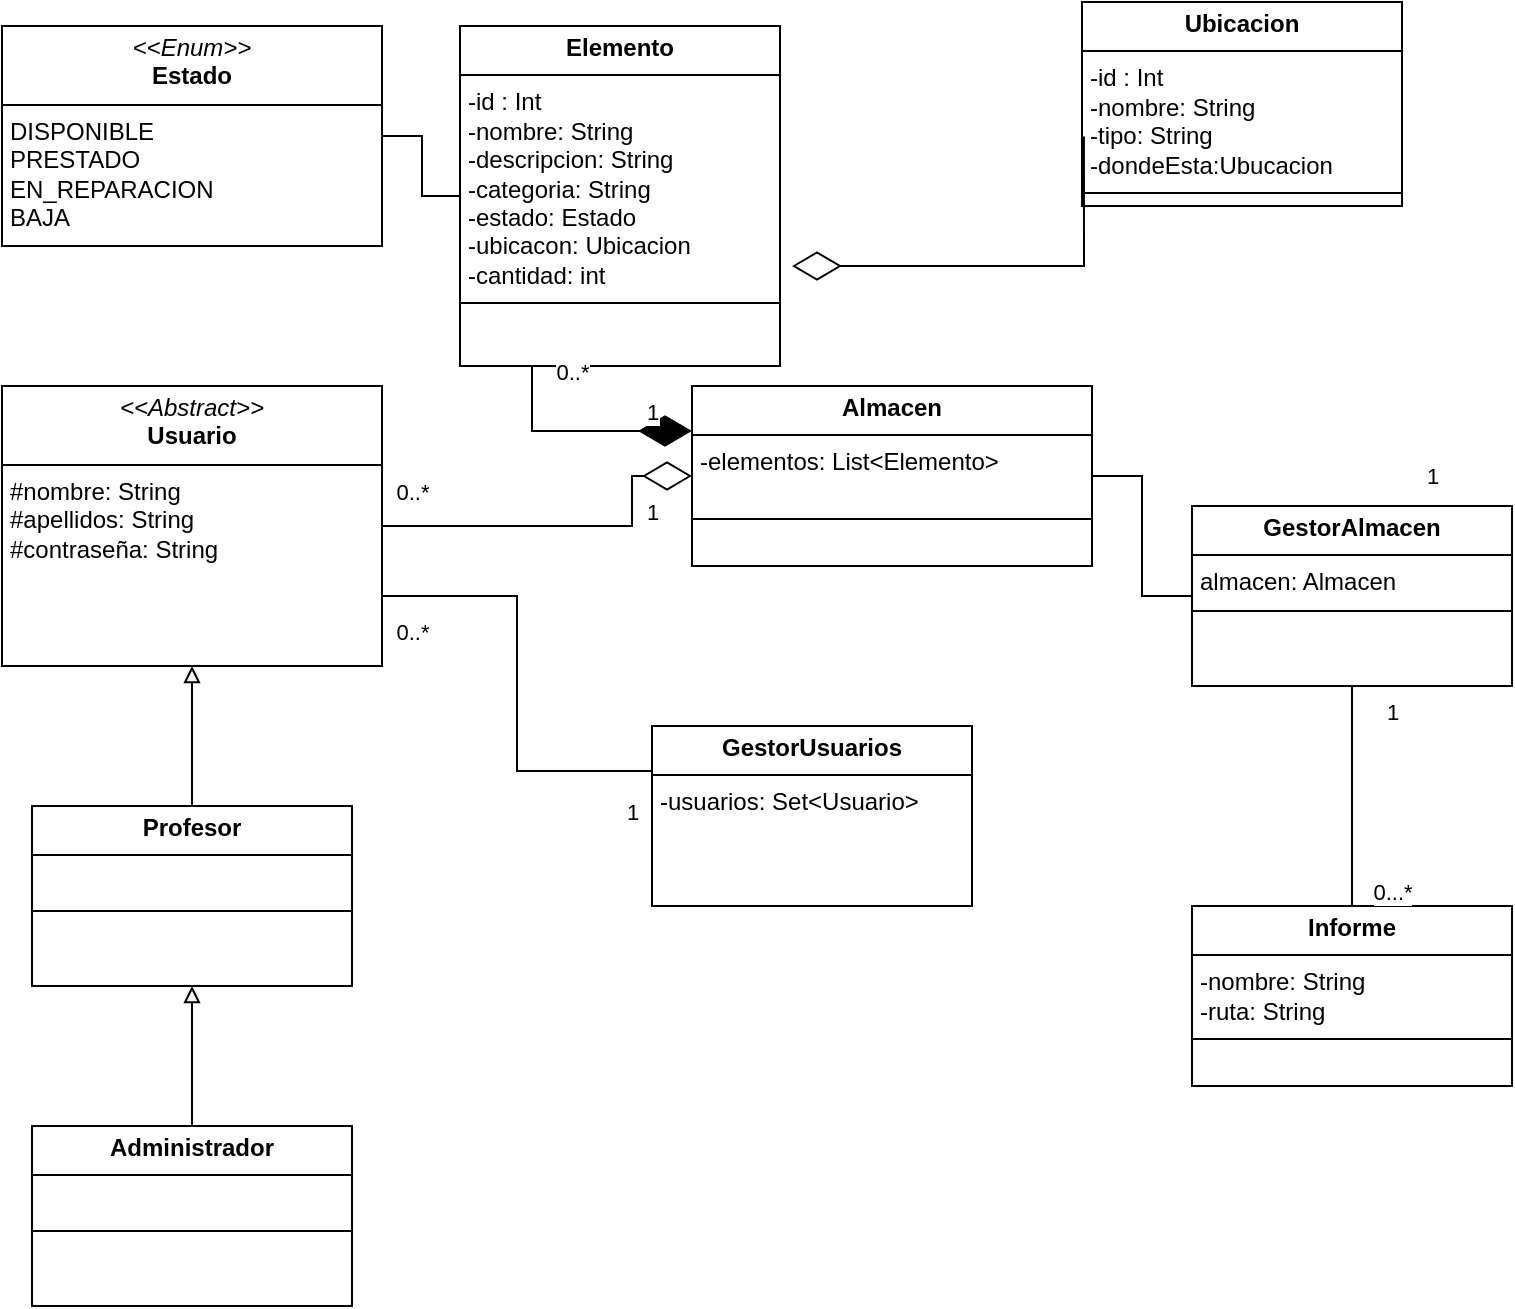
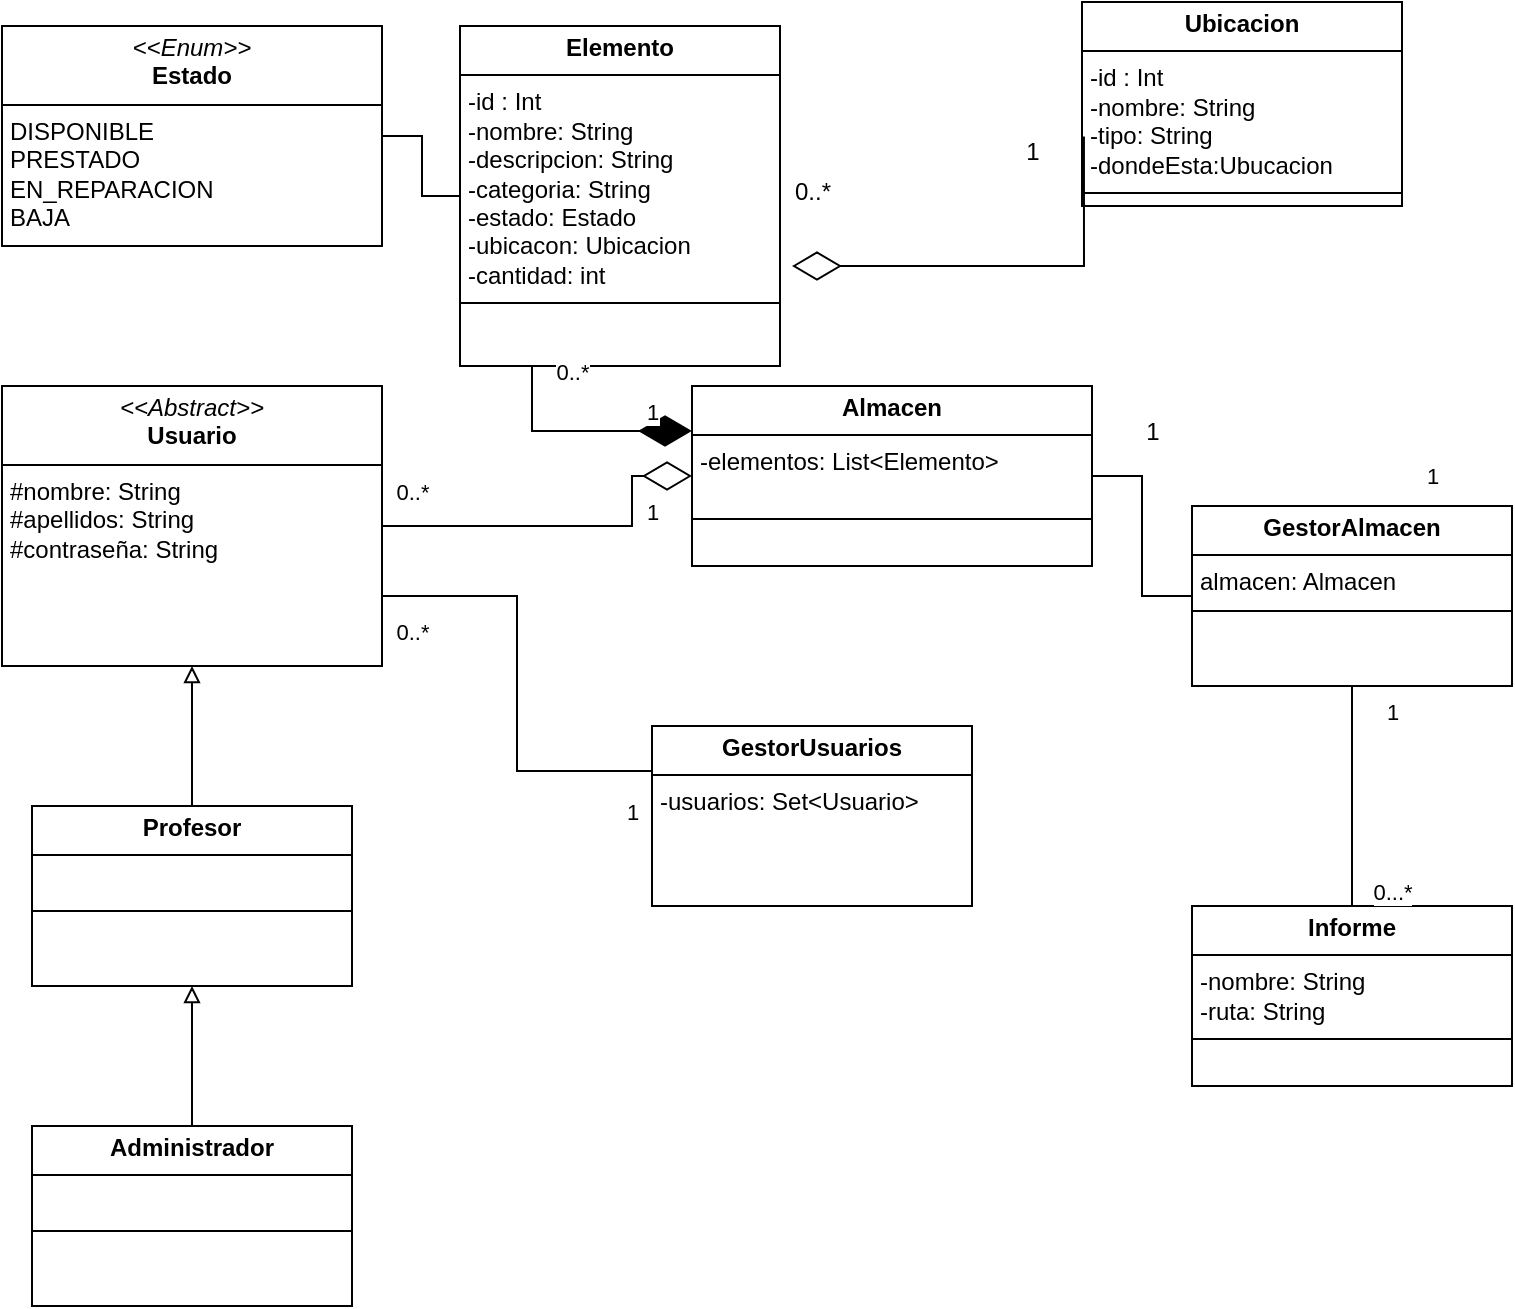
<mxfile host="Electron" agent="Mozilla/5.0 (Windows NT 10.0; Win64; x64) AppleWebKit/537.36 (KHTML, like Gecko) draw.io/27.0.9 Chrome/134.0.6998.205 Electron/35.4.0 Safari/537.36" version="27.0.9">
  <diagram name="Página-1" id="TcyikMFCeleIYH7PnGYs">
-     <mxGraphModel dx="1426" dy="841" grid="1" gridSize="10" guides="1" tooltips="1" connect="1" arrows="1" fold="1" page="1" pageScale="1" pageWidth="827" pageHeight="1169" math="0" shadow="0">
+     <mxGraphModel dx="922" dy="866" grid="1" gridSize="10" guides="1" tooltips="1" connect="1" arrows="1" fold="1" page="1" pageScale="1" pageWidth="827" pageHeight="1169" math="0" shadow="0">
      <root>
        <mxCell id="0" />
        <mxCell id="1" parent="0" />
        <mxCell id="zlNG7Gkw8yNjDqdYWN0c-17" style="edgeStyle=orthogonalEdgeStyle;shape=connector;rounded=0;orthogonalLoop=1;jettySize=auto;html=1;exitX=1;exitY=0.5;exitDx=0;exitDy=0;entryX=0;entryY=0.5;entryDx=0;entryDy=0;strokeColor=default;align=center;verticalAlign=middle;fontFamily=Helvetica;fontSize=11;fontColor=default;labelBackgroundColor=default;endArrow=none;endFill=0;" parent="1" source="zlNG7Gkw8yNjDqdYWN0c-1" target="zlNG7Gkw8yNjDqdYWN0c-8" edge="1">
          <mxGeometry relative="1" as="geometry" />
        </mxCell>
        <mxCell id="zlNG7Gkw8yNjDqdYWN0c-1" value="&lt;p style=&quot;margin:0px;margin-top:4px;text-align:center;&quot;&gt;&lt;b&gt;Almacen&lt;/b&gt;&lt;/p&gt;&lt;hr size=&quot;1&quot; style=&quot;border-style:solid;&quot;&gt;&lt;p style=&quot;margin:0px;margin-left:4px;&quot;&gt;-elementos: List&amp;lt;Elemento&amp;gt;&lt;/p&gt;&lt;p style=&quot;margin:0px;margin-left:4px;&quot;&gt;&lt;br&gt;&lt;/p&gt;&lt;hr size=&quot;1&quot; style=&quot;border-style:solid;&quot;&gt;&lt;p style=&quot;margin:0px;margin-left:4px;&quot;&gt;&lt;br&gt;&lt;/p&gt;" style="verticalAlign=top;align=left;overflow=fill;html=1;whiteSpace=wrap;" parent="1" vertex="1">
          <mxGeometry x="370" y="210" width="200" height="90" as="geometry" />
        </mxCell>
        <mxCell id="zlNG7Gkw8yNjDqdYWN0c-19" style="edgeStyle=orthogonalEdgeStyle;shape=connector;rounded=0;orthogonalLoop=1;jettySize=auto;html=1;exitX=1;exitY=0.75;exitDx=0;exitDy=0;entryX=0;entryY=0.25;entryDx=0;entryDy=0;strokeColor=default;align=center;verticalAlign=middle;fontFamily=Helvetica;fontSize=11;fontColor=default;labelBackgroundColor=default;endArrow=none;endFill=0;" parent="1" source="zlNG7Gkw8yNjDqdYWN0c-2" target="zlNG7Gkw8yNjDqdYWN0c-11" edge="1">
          <mxGeometry relative="1" as="geometry" />
        </mxCell>
        <mxCell id="zlNG7Gkw8yNjDqdYWN0c-21" style="edgeStyle=orthogonalEdgeStyle;shape=connector;rounded=0;orthogonalLoop=1;jettySize=auto;html=1;exitX=1;exitY=0.5;exitDx=0;exitDy=0;entryX=0;entryY=0.5;entryDx=0;entryDy=0;strokeColor=default;align=center;verticalAlign=middle;fontFamily=Helvetica;fontSize=11;fontColor=default;labelBackgroundColor=default;endArrow=diamondThin;endFill=0;endSize=22;" parent="1" source="zlNG7Gkw8yNjDqdYWN0c-2" target="zlNG7Gkw8yNjDqdYWN0c-1" edge="1">
          <mxGeometry relative="1" as="geometry">
            <Array as="points">
              <mxPoint x="340" y="280" />
              <mxPoint x="340" y="255" />
            </Array>
          </mxGeometry>
        </mxCell>
        <mxCell id="zlNG7Gkw8yNjDqdYWN0c-2" value="&lt;p style=&quot;margin:0px;margin-top:4px;text-align:center;&quot;&gt;&lt;i&gt;&amp;lt;&amp;lt;Abstract&amp;gt;&amp;gt;&lt;/i&gt;&lt;br&gt;&lt;b&gt;Usuario&lt;/b&gt;&lt;/p&gt;&lt;hr size=&quot;1&quot; style=&quot;border-style:solid;&quot;&gt;&lt;p style=&quot;margin:0px;margin-left:4px;&quot;&gt;#nombre: String&lt;/p&gt;&lt;p style=&quot;margin:0px;margin-left:4px;&quot;&gt;#apellidos: String&lt;/p&gt;&lt;p style=&quot;margin:0px;margin-left:4px;&quot;&gt;&lt;/p&gt;&lt;p style=&quot;margin:0px;margin-left:4px;&quot;&gt;#contraseña: String&lt;/p&gt;" style="verticalAlign=top;align=left;overflow=fill;html=1;whiteSpace=wrap;" parent="1" vertex="1">
          <mxGeometry x="25" y="210" width="190" height="140" as="geometry" />
        </mxCell>
        <mxCell id="zlNG7Gkw8yNjDqdYWN0c-6" style="edgeStyle=orthogonalEdgeStyle;shape=connector;rounded=0;orthogonalLoop=1;jettySize=auto;html=1;entryX=0.5;entryY=1;entryDx=0;entryDy=0;strokeColor=default;align=center;verticalAlign=middle;fontFamily=Helvetica;fontSize=11;fontColor=default;labelBackgroundColor=default;endArrow=block;endFill=0;" parent="1" source="zlNG7Gkw8yNjDqdYWN0c-3" target="zlNG7Gkw8yNjDqdYWN0c-2" edge="1">
          <mxGeometry relative="1" as="geometry" />
        </mxCell>
        <mxCell id="zlNG7Gkw8yNjDqdYWN0c-3" value="&lt;p style=&quot;margin:0px;margin-top:4px;text-align:center;&quot;&gt;&lt;b&gt;Profesor&lt;/b&gt;&lt;/p&gt;&lt;hr size=&quot;1&quot; style=&quot;border-style:solid;&quot;&gt;&lt;p style=&quot;margin:0px;margin-left:4px;&quot;&gt;&lt;br&gt;&lt;/p&gt;&lt;hr size=&quot;1&quot; style=&quot;border-style:solid;&quot;&gt;&lt;p style=&quot;margin:0px;margin-left:4px;&quot;&gt;&lt;br&gt;&lt;/p&gt;" style="verticalAlign=top;align=left;overflow=fill;html=1;whiteSpace=wrap;" parent="1" vertex="1">
          <mxGeometry x="40" y="420" width="160" height="90" as="geometry" />
        </mxCell>
        <mxCell id="zlNG7Gkw8yNjDqdYWN0c-5" style="edgeStyle=orthogonalEdgeStyle;rounded=0;orthogonalLoop=1;jettySize=auto;html=1;entryX=0.5;entryY=1;entryDx=0;entryDy=0;endArrow=block;endFill=0;" parent="1" source="zlNG7Gkw8yNjDqdYWN0c-4" target="zlNG7Gkw8yNjDqdYWN0c-3" edge="1">
          <mxGeometry relative="1" as="geometry" />
        </mxCell>
        <mxCell id="zlNG7Gkw8yNjDqdYWN0c-4" value="&lt;p style=&quot;margin:0px;margin-top:4px;text-align:center;&quot;&gt;&lt;b&gt;Administrador&lt;/b&gt;&lt;/p&gt;&lt;hr size=&quot;1&quot; style=&quot;border-style:solid;&quot;&gt;&lt;p style=&quot;margin:0px;margin-left:4px;&quot;&gt;&lt;br&gt;&lt;/p&gt;&lt;hr size=&quot;1&quot; style=&quot;border-style:solid;&quot;&gt;&lt;p style=&quot;margin:0px;margin-left:4px;&quot;&gt;&lt;br&gt;&lt;/p&gt;" style="verticalAlign=top;align=left;overflow=fill;html=1;whiteSpace=wrap;" parent="1" vertex="1">
          <mxGeometry x="40" y="580" width="160" height="90" as="geometry" />
        </mxCell>
        <mxCell id="zlNG7Gkw8yNjDqdYWN0c-7" value="&lt;p style=&quot;margin:0px;margin-top:4px;text-align:center;&quot;&gt;&lt;b&gt;Informe&lt;/b&gt;&lt;/p&gt;&lt;hr size=&quot;1&quot; style=&quot;border-style:solid;&quot;&gt;&lt;p style=&quot;margin:0px;margin-left:4px;&quot;&gt;-nombre: String&lt;/p&gt;&lt;p style=&quot;margin:0px;margin-left:4px;&quot;&gt;-ruta: String&lt;/p&gt;&lt;hr size=&quot;1&quot; style=&quot;border-style:solid;&quot;&gt;&lt;p style=&quot;margin:0px;margin-left:4px;&quot;&gt;&lt;br&gt;&lt;/p&gt;" style="verticalAlign=top;align=left;overflow=fill;html=1;whiteSpace=wrap;" parent="1" vertex="1">
          <mxGeometry x="620" y="470" width="160" height="90" as="geometry" />
        </mxCell>
        <mxCell id="zlNG7Gkw8yNjDqdYWN0c-18" style="edgeStyle=orthogonalEdgeStyle;shape=connector;rounded=0;orthogonalLoop=1;jettySize=auto;html=1;exitX=0.5;exitY=1;exitDx=0;exitDy=0;entryX=0.5;entryY=0;entryDx=0;entryDy=0;strokeColor=default;align=center;verticalAlign=middle;fontFamily=Helvetica;fontSize=11;fontColor=default;labelBackgroundColor=default;endArrow=none;endFill=0;" parent="1" source="zlNG7Gkw8yNjDqdYWN0c-8" target="zlNG7Gkw8yNjDqdYWN0c-7" edge="1">
          <mxGeometry relative="1" as="geometry" />
        </mxCell>
        <mxCell id="zlNG7Gkw8yNjDqdYWN0c-8" value="&lt;p style=&quot;margin:0px;margin-top:4px;text-align:center;&quot;&gt;&lt;b&gt;GestorAlmacen&lt;/b&gt;&lt;/p&gt;&lt;hr size=&quot;1&quot; style=&quot;border-style:solid;&quot;&gt;&lt;p style=&quot;margin:0px;margin-left:4px;&quot;&gt;almacen: Almacen&lt;/p&gt;&lt;hr size=&quot;1&quot; style=&quot;border-style:solid;&quot;&gt;&lt;p style=&quot;margin:0px;margin-left:4px;&quot;&gt;&lt;br&gt;&lt;/p&gt;" style="verticalAlign=top;align=left;overflow=fill;html=1;whiteSpace=wrap;" parent="1" vertex="1">
          <mxGeometry x="620" y="270" width="160" height="90" as="geometry" />
        </mxCell>
        <mxCell id="zlNG7Gkw8yNjDqdYWN0c-11" value="&lt;p style=&quot;margin:0px;margin-top:4px;text-align:center;&quot;&gt;&lt;b&gt;GestorUsuarios&lt;/b&gt;&lt;/p&gt;&lt;hr size=&quot;1&quot; style=&quot;border-style:solid;&quot;&gt;&lt;p style=&quot;margin:0px;margin-left:4px;&quot;&gt;-usuarios: Set&amp;lt;Usuario&amp;gt;&lt;/p&gt;" style="verticalAlign=top;align=left;overflow=fill;html=1;whiteSpace=wrap;" parent="1" vertex="1">
          <mxGeometry x="350" y="380" width="160" height="90" as="geometry" />
        </mxCell>
        <mxCell id="zlNG7Gkw8yNjDqdYWN0c-20" style="edgeStyle=orthogonalEdgeStyle;shape=connector;rounded=0;orthogonalLoop=1;jettySize=auto;html=1;exitX=1;exitY=0.75;exitDx=0;exitDy=0;entryX=0;entryY=0.25;entryDx=0;entryDy=0;strokeColor=default;align=center;verticalAlign=middle;fontFamily=Helvetica;fontSize=11;fontColor=default;labelBackgroundColor=default;endArrow=diamondThin;endFill=1;endSize=24;" parent="1" source="zlNG7Gkw8yNjDqdYWN0c-12" target="zlNG7Gkw8yNjDqdYWN0c-1" edge="1">
          <mxGeometry relative="1" as="geometry">
            <Array as="points">
              <mxPoint x="290" y="108" />
              <mxPoint x="290" y="233" />
            </Array>
          </mxGeometry>
        </mxCell>
        <mxCell id="zlNG7Gkw8yNjDqdYWN0c-12" value="&lt;p style=&quot;margin:0px;margin-top:4px;text-align:center;&quot;&gt;&lt;b&gt;Elemento&lt;/b&gt;&lt;/p&gt;&lt;hr size=&quot;1&quot; style=&quot;border-style:solid;&quot;&gt;&lt;p style=&quot;margin:0px;margin-left:4px;&quot;&gt;-id : Int&lt;/p&gt;&lt;p style=&quot;margin:0px;margin-left:4px;&quot;&gt;-nombre: String&amp;nbsp;&lt;/p&gt;&lt;p style=&quot;margin:0px;margin-left:4px;&quot;&gt;-descripcion: String&lt;/p&gt;&lt;p style=&quot;margin:0px;margin-left:4px;&quot;&gt;-categoria: String&lt;/p&gt;&lt;p style=&quot;margin:0px;margin-left:4px;&quot;&gt;-estado: Estado&lt;/p&gt;&lt;p style=&quot;margin:0px;margin-left:4px;&quot;&gt;-ubicacon: Ubicacion&lt;/p&gt;&lt;p style=&quot;margin:0px;margin-left:4px;&quot;&gt;-cantidad: int&lt;/p&gt;&lt;hr size=&quot;1&quot; style=&quot;border-style:solid;&quot;&gt;&lt;p style=&quot;margin:0px;margin-left:4px;&quot;&gt;&lt;br&gt;&lt;/p&gt;" style="verticalAlign=top;align=left;overflow=fill;html=1;whiteSpace=wrap;" parent="1" vertex="1">
          <mxGeometry x="254" y="30" width="160" height="170" as="geometry" />
        </mxCell>
        <mxCell id="zlNG7Gkw8yNjDqdYWN0c-24" style="edgeStyle=orthogonalEdgeStyle;shape=connector;rounded=0;orthogonalLoop=1;jettySize=auto;html=1;entryX=0;entryY=0.5;entryDx=0;entryDy=0;strokeColor=default;align=center;verticalAlign=middle;fontFamily=Helvetica;fontSize=11;fontColor=default;labelBackgroundColor=default;endArrow=none;endFill=0;" parent="1" source="zlNG7Gkw8yNjDqdYWN0c-23" target="zlNG7Gkw8yNjDqdYWN0c-12" edge="1">
          <mxGeometry relative="1" as="geometry" />
        </mxCell>
        <mxCell id="zlNG7Gkw8yNjDqdYWN0c-23" value="&lt;p style=&quot;margin:0px;margin-top:4px;text-align:center;&quot;&gt;&lt;i&gt;&amp;lt;&amp;lt;Enum&amp;gt;&amp;gt;&lt;/i&gt;&lt;br&gt;&lt;b&gt;Estado&lt;/b&gt;&lt;/p&gt;&lt;hr size=&quot;1&quot; style=&quot;border-style:solid;&quot;&gt;&lt;p style=&quot;margin:0px;margin-left:4px;&quot;&gt;DISPONIBLE&lt;/p&gt;&lt;p style=&quot;margin:0px;margin-left:4px;&quot;&gt;PRESTADO&lt;/p&gt;&lt;p style=&quot;margin:0px;margin-left:4px;&quot;&gt;EN_REPARACION&lt;/p&gt;&lt;p style=&quot;margin:0px;margin-left:4px;&quot;&gt;BAJA&lt;br&gt;&lt;br&gt;&lt;/p&gt;" style="verticalAlign=top;align=left;overflow=fill;html=1;whiteSpace=wrap;" parent="1" vertex="1">
          <mxGeometry x="25" y="30" width="190" height="110" as="geometry" />
        </mxCell>
        <mxCell id="XgDO8XYOS-DKICzPd_4A-3" value="1" style="text;html=1;align=center;verticalAlign=middle;resizable=0;points=[];autosize=1;strokeColor=none;fillColor=none;fontFamily=Helvetica;fontSize=11;fontColor=default;labelBackgroundColor=default;" parent="1" vertex="1">
          <mxGeometry x="705" y="358" width="30" height="30" as="geometry" />
        </mxCell>
        <mxCell id="XgDO8XYOS-DKICzPd_4A-4" value="0...*" style="text;html=1;align=center;verticalAlign=middle;resizable=0;points=[];autosize=1;strokeColor=none;fillColor=none;fontFamily=Helvetica;fontSize=11;fontColor=default;labelBackgroundColor=default;" parent="1" vertex="1">
          <mxGeometry x="700" y="448" width="40" height="30" as="geometry" />
        </mxCell>
        <mxCell id="XgDO8XYOS-DKICzPd_4A-6" value="1" style="text;html=1;align=center;verticalAlign=middle;resizable=0;points=[];autosize=1;strokeColor=none;fillColor=none;fontFamily=Helvetica;fontSize=11;fontColor=default;labelBackgroundColor=default;" parent="1" vertex="1">
          <mxGeometry x="725" y="240" width="30" height="30" as="geometry" />
        </mxCell>
        <mxCell id="XgDO8XYOS-DKICzPd_4A-11" value="0..*" style="text;html=1;align=center;verticalAlign=middle;resizable=0;points=[];autosize=1;strokeColor=none;fillColor=none;fontFamily=Helvetica;fontSize=11;fontColor=default;labelBackgroundColor=default;" parent="1" vertex="1">
          <mxGeometry x="210" y="318" width="40" height="30" as="geometry" />
        </mxCell>
        <mxCell id="XgDO8XYOS-DKICzPd_4A-12" value="1" style="text;html=1;align=center;verticalAlign=middle;resizable=0;points=[];autosize=1;strokeColor=none;fillColor=none;fontFamily=Helvetica;fontSize=11;fontColor=default;labelBackgroundColor=default;" parent="1" vertex="1">
          <mxGeometry x="325" y="408" width="30" height="30" as="geometry" />
        </mxCell>
        <mxCell id="XgDO8XYOS-DKICzPd_4A-13" value="1" style="text;html=1;align=center;verticalAlign=middle;resizable=0;points=[];autosize=1;strokeColor=none;fillColor=none;fontFamily=Helvetica;fontSize=11;fontColor=default;labelBackgroundColor=default;" parent="1" vertex="1">
          <mxGeometry x="335" y="258" width="30" height="30" as="geometry" />
        </mxCell>
        <mxCell id="XgDO8XYOS-DKICzPd_4A-14" value="0..*" style="text;html=1;align=center;verticalAlign=middle;resizable=0;points=[];autosize=1;strokeColor=none;fillColor=none;fontFamily=Helvetica;fontSize=11;fontColor=default;labelBackgroundColor=default;" parent="1" vertex="1">
          <mxGeometry x="210" y="248" width="40" height="30" as="geometry" />
        </mxCell>
        <mxCell id="XgDO8XYOS-DKICzPd_4A-15" value="0..*" style="text;html=1;align=center;verticalAlign=middle;resizable=0;points=[];autosize=1;strokeColor=none;fillColor=none;fontFamily=Helvetica;fontSize=11;fontColor=default;labelBackgroundColor=default;" parent="1" vertex="1">
          <mxGeometry x="290" y="188" width="40" height="30" as="geometry" />
        </mxCell>
        <mxCell id="XgDO8XYOS-DKICzPd_4A-16" value="1" style="text;html=1;align=center;verticalAlign=middle;resizable=0;points=[];autosize=1;strokeColor=none;fillColor=none;fontFamily=Helvetica;fontSize=11;fontColor=default;labelBackgroundColor=default;" parent="1" vertex="1">
          <mxGeometry x="335" y="208" width="30" height="30" as="geometry" />
        </mxCell>
-         <mxCell id="7Q6dTqiYLVefuhtxoKbj-3" value="&lt;p style=&quot;margin:0px;margin-top:4px;text-align:center;&quot;&gt;&lt;b&gt;Ubicacion&lt;/b&gt;&lt;/p&gt;&lt;hr size=&quot;1&quot; style=&quot;border-style:solid;&quot;&gt;&lt;p style=&quot;margin:0px;margin-left:4px;&quot;&gt;-id : Int&lt;/p&gt;&lt;p style=&quot;margin:0px;margin-left:4px;&quot;&gt;-nombre: String&amp;nbsp;&lt;/p&gt;&lt;p style=&quot;margin:0px;margin-left:4px;&quot;&gt;-tipo: String&lt;/p&gt;&lt;p style=&quot;margin:0px;margin-left:4px;&quot;&gt;-dondeEsta:Ubucacion&lt;/p&gt;&lt;hr size=&quot;1&quot; style=&quot;border-style:solid;&quot;&gt;&lt;p style=&quot;margin:0px;margin-left:4px;&quot;&gt;&lt;br&gt;&lt;/p&gt;" style="verticalAlign=top;align=left;overflow=fill;html=1;whiteSpace=wrap;" vertex="1" parent="1">
+         <mxCell id="7Q6dTqiYLVefuhtxoKbj-3" value="&lt;p style=&quot;margin:0px;margin-top:4px;text-align:center;&quot;&gt;&lt;b&gt;Ubicacion&lt;/b&gt;&lt;/p&gt;&lt;hr size=&quot;1&quot; style=&quot;border-style:solid;&quot;&gt;&lt;p style=&quot;margin:0px;margin-left:4px;&quot;&gt;-id : Int&lt;/p&gt;&lt;p style=&quot;margin:0px;margin-left:4px;&quot;&gt;-nombre: String&amp;nbsp;&lt;/p&gt;&lt;p style=&quot;margin:0px;margin-left:4px;&quot;&gt;-tipo: String&lt;/p&gt;&lt;p style=&quot;margin:0px;margin-left:4px;&quot;&gt;-dondeEsta:Ubucacion&lt;/p&gt;&lt;hr size=&quot;1&quot; style=&quot;border-style:solid;&quot;&gt;&lt;p style=&quot;margin:0px;margin-left:4px;&quot;&gt;&lt;br&gt;&lt;/p&gt;" style="verticalAlign=top;align=left;overflow=fill;html=1;whiteSpace=wrap;" parent="1" vertex="1">
          <mxGeometry x="565" y="18" width="160" height="102" as="geometry" />
        </mxCell>
-         <mxCell id="7Q6dTqiYLVefuhtxoKbj-8" style="edgeStyle=orthogonalEdgeStyle;shape=connector;rounded=0;orthogonalLoop=1;jettySize=auto;html=1;exitX=0.006;exitY=0.659;exitDx=0;exitDy=0;strokeColor=default;align=center;verticalAlign=middle;fontFamily=Helvetica;fontSize=11;fontColor=default;labelBackgroundColor=default;endArrow=diamondThin;endFill=0;endSize=22;exitPerimeter=0;" edge="1" parent="1" source="7Q6dTqiYLVefuhtxoKbj-3">
+         <mxCell id="7Q6dTqiYLVefuhtxoKbj-8" style="edgeStyle=orthogonalEdgeStyle;shape=connector;rounded=0;orthogonalLoop=1;jettySize=auto;html=1;exitX=0.006;exitY=0.659;exitDx=0;exitDy=0;strokeColor=default;align=center;verticalAlign=middle;fontFamily=Helvetica;fontSize=11;fontColor=default;labelBackgroundColor=default;endArrow=diamondThin;endFill=0;endSize=22;exitPerimeter=0;" parent="1" source="7Q6dTqiYLVefuhtxoKbj-3" edge="1">
          <mxGeometry relative="1" as="geometry">
            <Array as="points">
              <mxPoint x="566" y="150" />
            </Array>
            <mxPoint x="510" y="175" as="sourcePoint" />
            <mxPoint x="420" y="150" as="targetPoint" />
          </mxGeometry>
        </mxCell>
+         <mxCell id="j0BZeFXrKmpLYwLQDFHL-1" value="1" style="text;html=1;align=center;verticalAlign=middle;resizable=0;points=[];autosize=1;strokeColor=none;fillColor=none;" vertex="1" parent="1">
+           <mxGeometry x="585" y="218" width="30" height="30" as="geometry" />
+         </mxCell>
+         <mxCell id="j0BZeFXrKmpLYwLQDFHL-2" value="1" style="text;html=1;align=center;verticalAlign=middle;resizable=0;points=[];autosize=1;strokeColor=none;fillColor=none;" vertex="1" parent="1">
+           <mxGeometry x="525" y="78" width="30" height="30" as="geometry" />
+         </mxCell>
+         <mxCell id="j0BZeFXrKmpLYwLQDFHL-3" value="0..*" style="text;html=1;align=center;verticalAlign=middle;resizable=0;points=[];autosize=1;strokeColor=none;fillColor=none;" vertex="1" parent="1">
+           <mxGeometry x="410" y="98" width="40" height="30" as="geometry" />
+         </mxCell>
      </root>
    </mxGraphModel>
  </diagram>
</mxfile>
